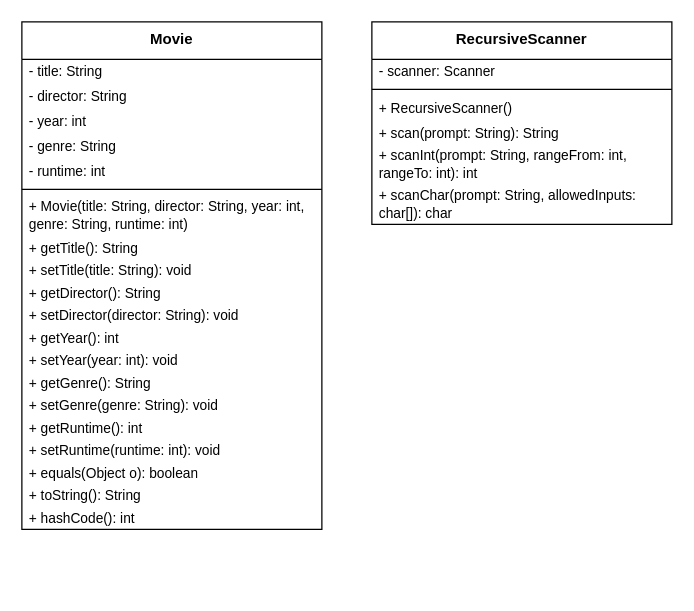
hanggrian/IIT-ITM510 keeps this draw.io diagram as assignments/hw5/diagram.drawio. Above is the earlier version. Source tidied: cells renumbered, new cells numbered last; positions are measured from the earlier drawing's top-left corner, leaving out a move shared by most shapes. Both pictures are drawn from the tidied source at 125%, with x=0, y=0 at pixel (21, 21).
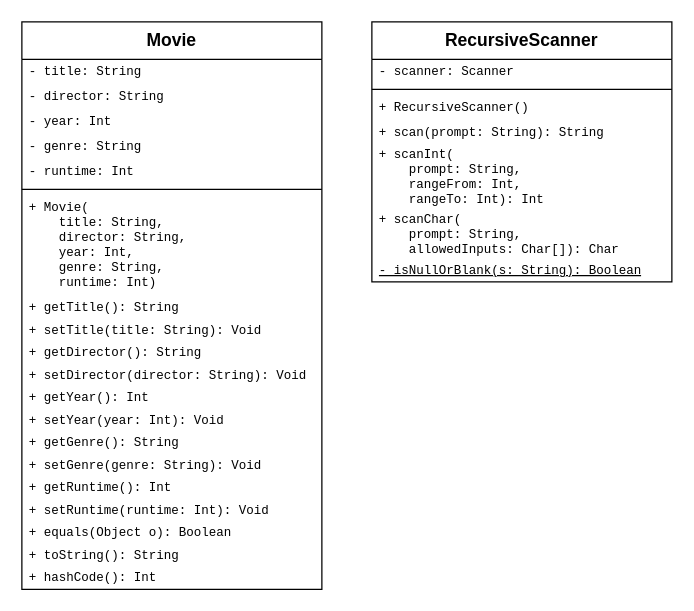
Above is the later version.

Change to the diagram source:
```diff
@@
-    <mxCell id="2" value="Movie" style="swimlane;fontStyle=1;align=center;verticalAlign=top;horizontal=1;startSize=30;whiteSpace=wrap;html=1;" parent="1" vertex="1">
-      <mxGeometry width="240" height="406" as="geometry" />
+    <mxCell id="2" value="Movie" style="swimlane;fontStyle=1;align=center;verticalAlign=top;horizontal=1;startSize=30;whiteSpace=wrap;html=1;fontSize=14;" parent="1" vertex="1">
+      <mxGeometry width="240" height="454" as="geometry" />
     </mxCell>
-    <mxCell id="3" value="- title: String" style="text;strokeColor=none;fillColor=none;align=left;verticalAlign=middle;spacingLeft=4;spacingRight=4;overflow=hidden;whiteSpace=wrap;html=1;fontSize=11;" parent="2" vertex="1">
+    <mxCell id="3" value="- title: String" style="text;strokeColor=none;fillColor=none;align=left;verticalAlign=middle;spacingLeft=4;spacingRight=4;overflow=hidden;whiteSpace=wrap;html=1;fontSize=10;fontFamily=Courier New;" parent="2" vertex="1">
       <mxGeometry y="30" width="240" height="20" as="geometry" />
     </mxCell>
-    <mxCell id="4" value="- director: String" style="text;strokeColor=none;fillColor=none;align=left;verticalAlign=middle;spacingLeft=4;spacingRight=4;overflow=hidden;whiteSpace=wrap;html=1;fontSize=11;" parent="2" vertex="1">
+    <mxCell id="4" value="- director: String" style="text;strokeColor=none;fillColor=none;align=left;verticalAlign=middle;spacingLeft=4;spacingRight=4;overflow=hidden;whiteSpace=wrap;html=1;fontSize=10;fontFamily=Courier New;" parent="2" vertex="1">
       <mxGeometry y="50" width="240" height="20" as="geometry" />
     </mxCell>
-    <mxCell id="5" value="- year: int" style="text;strokeColor=none;fillColor=none;align=left;verticalAlign=middle;spacingLeft=4;spacingRight=4;overflow=hidden;whiteSpace=wrap;html=1;fontSize=11;" parent="2" vertex="1">
+    <mxCell id="5" value="- year: Int" style="text;strokeColor=none;fillColor=none;align=left;verticalAlign=middle;spacingLeft=4;spacingRight=4;overflow=hidden;whiteSpace=wrap;html=1;fontSize=10;fontFamily=Courier New;" parent="2" vertex="1">
       <mxGeometry y="70" width="240" height="20" as="geometry" />
     </mxCell>
-    <mxCell id="6" value="- genre: String" style="text;strokeColor=none;fillColor=none;align=left;verticalAlign=middle;spacingLeft=4;spacingRight=4;overflow=hidden;whiteSpace=wrap;html=1;fontSize=11;" parent="2" vertex="1">
+    <mxCell id="6" value="- genre: String" style="text;strokeColor=none;fillColor=none;align=left;verticalAlign=middle;spacingLeft=4;spacingRight=4;overflow=hidden;whiteSpace=wrap;html=1;fontSize=10;fontFamily=Courier New;" parent="2" vertex="1">
       <mxGeometry y="90" width="240" height="20" as="geometry" />
     </mxCell>
-    <mxCell id="7" value="- runtime: int" style="text;strokeColor=none;fillColor=none;align=left;verticalAlign=middle;spacingLeft=4;spacingRight=4;overflow=hidden;whiteSpace=wrap;html=1;fontSize=11;" parent="2" vertex="1">
+    <mxCell id="7" value="- runtime: Int" style="text;strokeColor=none;fillColor=none;align=left;verticalAlign=middle;spacingLeft=4;spacingRight=4;overflow=hidden;whiteSpace=wrap;html=1;fontSize=10;fontFamily=Courier New;" parent="2" vertex="1">
       <mxGeometry y="110" width="240" height="20" as="geometry" />
     </mxCell>
-    <mxCell id="8" style="line;strokeWidth=1;fillColor=none;align=left;verticalAlign=middle;spacingTop=-1;spacingLeft=3;spacingRight=3;labelPosition=right;strokeColor=inherit;" parent="2" vertex="1">
+    <mxCell id="8" style="line;strokeWidth=1;fillColor=none;align=left;verticalAlign=middle;spacingTop=-1;spacingLeft=3;spacingRight=3;labelPosition=right;strokeColor=inherit;fontSize=10;fontFamily=Courier New;" parent="2" vertex="1">
       <mxGeometry y="130" width="240" height="8" as="geometry" />
     </mxCell>
-    <mxCell id="9" value="+&amp;nbsp;Movie(title: String, director: String, year: int, genre: String, runtime: int)" style="text;strokeColor=none;fillColor=none;align=left;verticalAlign=middle;spacingLeft=4;spacingRight=4;overflow=hidden;whiteSpace=wrap;html=1;fontSize=11;" parent="2" vertex="1">
-      <mxGeometry y="138" width="240" height="34" as="geometry" />
+    <mxCell id="9" value="+&amp;nbsp;Movie(&lt;div&gt;&amp;nbsp; &amp;nbsp; title: String,&lt;/div&gt;&lt;div&gt;&amp;nbsp; &amp;nbsp; director: String,&lt;/div&gt;&lt;div&gt;&amp;nbsp; &amp;nbsp; year: Int,&lt;/div&gt;&lt;div&gt;&amp;nbsp; &amp;nbsp; genre: String,&lt;/div&gt;&lt;div&gt;&amp;nbsp; &amp;nbsp; runtime: Int)&lt;/div&gt;" style="text;strokeColor=none;fillColor=none;align=left;verticalAlign=middle;spacingLeft=4;spacingRight=4;overflow=hidden;whiteSpace=wrap;html=1;fontSize=10;fontFamily=Courier New;" parent="2" vertex="1">
+      <mxGeometry y="138" width="240" height="82" as="geometry" />
     </mxCell>
-    <mxCell id="10" value="+&amp;nbsp;getTitle(&lt;span style=&quot;background-color: initial;&quot;&gt;): String&lt;/span&gt;" style="text;strokeColor=none;fillColor=none;align=left;verticalAlign=middle;spacingLeft=4;spacingRight=4;overflow=hidden;whiteSpace=wrap;html=1;fontSize=11;" parent="2" vertex="1">
-      <mxGeometry y="172" width="240" height="18" as="geometry" />
+    <mxCell id="10" value="+&amp;nbsp;getTitle(&lt;span style=&quot;background-color: initial; font-size: 10px;&quot;&gt;): String&lt;/span&gt;" style="text;strokeColor=none;fillColor=none;align=left;verticalAlign=middle;spacingLeft=4;spacingRight=4;overflow=hidden;whiteSpace=wrap;html=1;fontSize=10;fontFamily=Courier New;" parent="2" vertex="1">
+      <mxGeometry y="220" width="240" height="18" as="geometry" />
     </mxCell>
-    <mxCell id="11" value="+&amp;nbsp;setTitle(title: String&lt;span style=&quot;background-color: initial;&quot;&gt;): void&lt;/span&gt;" style="text;strokeColor=none;fillColor=none;align=left;verticalAlign=middle;spacingLeft=4;spacingRight=4;overflow=hidden;whiteSpace=wrap;html=1;fontSize=11;" parent="2" vertex="1">
-      <mxGeometry y="190" width="240" height="18" as="geometry" />
+    <mxCell id="11" value="+&amp;nbsp;setTitle(title: String&lt;span style=&quot;background-color: initial; font-size: 10px;&quot;&gt;): Void&lt;/span&gt;" style="text;strokeColor=none;fillColor=none;align=left;verticalAlign=middle;spacingLeft=4;spacingRight=4;overflow=hidden;whiteSpace=wrap;html=1;fontSize=10;fontFamily=Courier New;" parent="2" vertex="1">
+      <mxGeometry y="238" width="240" height="18" as="geometry" />
     </mxCell>
-    <mxCell id="12" value="+&amp;nbsp;getDirector(&lt;span style=&quot;background-color: initial;&quot;&gt;): String&lt;/span&gt;" style="text;strokeColor=none;fillColor=none;align=left;verticalAlign=middle;spacingLeft=4;spacingRight=4;overflow=hidden;whiteSpace=wrap;html=1;fontSize=11;" parent="2" vertex="1">
-      <mxGeometry y="208" width="240" height="18" as="geometry" />
+    <mxCell id="12" value="+&amp;nbsp;getDirector(&lt;span style=&quot;background-color: initial; font-size: 10px;&quot;&gt;): String&lt;/span&gt;" style="text;strokeColor=none;fillColor=none;align=left;verticalAlign=middle;spacingLeft=4;spacingRight=4;overflow=hidden;whiteSpace=wrap;html=1;fontSize=10;fontFamily=Courier New;" parent="2" vertex="1">
+      <mxGeometry y="256" width="240" height="18" as="geometry" />
     </mxCell>
-    <mxCell id="13" value="+&amp;nbsp;setDirector(director: String): void" style="text;strokeColor=none;fillColor=none;align=left;verticalAlign=middle;spacingLeft=4;spacingRight=4;overflow=hidden;whiteSpace=wrap;html=1;fontSize=11;" parent="2" vertex="1">
-      <mxGeometry y="226" width="240" height="18" as="geometry" />
+    <mxCell id="13" value="+&amp;nbsp;setDirector(director: String): Void" style="text;strokeColor=none;fillColor=none;align=left;verticalAlign=middle;spacingLeft=4;spacingRight=4;overflow=hidden;whiteSpace=wrap;html=1;fontSize=10;fontFamily=Courier New;" parent="2" vertex="1">
+      <mxGeometry y="274" width="240" height="18" as="geometry" />
     </mxCell>
-    <mxCell id="14" value="+ getYear(&lt;span style=&quot;background-color: initial;&quot;&gt;): int&lt;/span&gt;" style="text;strokeColor=none;fillColor=none;align=left;verticalAlign=middle;spacingLeft=4;spacingRight=4;overflow=hidden;whiteSpace=wrap;html=1;fontSize=11;" parent="2" vertex="1">
-      <mxGeometry y="244" width="240" height="18" as="geometry" />
+    <mxCell id="14" value="+ getYear(&lt;span style=&quot;background-color: initial; font-size: 10px;&quot;&gt;): Int&lt;/span&gt;" style="text;strokeColor=none;fillColor=none;align=left;verticalAlign=middle;spacingLeft=4;spacingRight=4;overflow=hidden;whiteSpace=wrap;html=1;fontSize=10;fontFamily=Courier New;" parent="2" vertex="1">
+      <mxGeometry y="292" width="240" height="18" as="geometry" />
     </mxCell>
-    <mxCell id="15" value="+&amp;nbsp;setYear(year: int): void" style="text;strokeColor=none;fillColor=none;align=left;verticalAlign=middle;spacingLeft=4;spacingRight=4;overflow=hidden;whiteSpace=wrap;html=1;fontSize=11;" parent="2" vertex="1">
-      <mxGeometry y="262" width="240" height="18" as="geometry" />
+    <mxCell id="15" value="+&amp;nbsp;setYear(year: Int): Void" style="text;strokeColor=none;fillColor=none;align=left;verticalAlign=middle;spacingLeft=4;spacingRight=4;overflow=hidden;whiteSpace=wrap;html=1;fontSize=10;fontFamily=Courier New;" parent="2" vertex="1">
+      <mxGeometry y="310" width="240" height="18" as="geometry" />
     </mxCell>
-    <mxCell id="16" value="+&amp;nbsp;getGenre(&lt;span style=&quot;background-color: initial;&quot;&gt;): String&lt;/span&gt;" style="text;strokeColor=none;fillColor=none;align=left;verticalAlign=middle;spacingLeft=4;spacingRight=4;overflow=hidden;whiteSpace=wrap;html=1;fontSize=11;" parent="2" vertex="1">
-      <mxGeometry y="280" width="240" height="18" as="geometry" />
+    <mxCell id="16" value="+&amp;nbsp;getGenre(&lt;span style=&quot;background-color: initial; font-size: 10px;&quot;&gt;): String&lt;/span&gt;" style="text;strokeColor=none;fillColor=none;align=left;verticalAlign=middle;spacingLeft=4;spacingRight=4;overflow=hidden;whiteSpace=wrap;html=1;fontSize=10;fontFamily=Courier New;" parent="2" vertex="1">
+      <mxGeometry y="328" width="240" height="18" as="geometry" />
     </mxCell>
-    <mxCell id="17" value="+&amp;nbsp;setGenre(genre: String): void" style="text;strokeColor=none;fillColor=none;align=left;verticalAlign=middle;spacingLeft=4;spacingRight=4;overflow=hidden;whiteSpace=wrap;html=1;fontSize=11;" parent="2" vertex="1">
-      <mxGeometry y="298" width="240" height="18" as="geometry" />
+    <mxCell id="17" value="+&amp;nbsp;setGenre(genre: String): Void" style="text;strokeColor=none;fillColor=none;align=left;verticalAlign=middle;spacingLeft=4;spacingRight=4;overflow=hidden;whiteSpace=wrap;html=1;fontSize=10;fontFamily=Courier New;" parent="2" vertex="1">
+      <mxGeometry y="346" width="240" height="18" as="geometry" />
     </mxCell>
-    <mxCell id="18" value="+ getRuntime(&lt;span style=&quot;background-color: initial;&quot;&gt;): int&lt;/span&gt;" style="text;strokeColor=none;fillColor=none;align=left;verticalAlign=middle;spacingLeft=4;spacingRight=4;overflow=hidden;whiteSpace=wrap;html=1;fontSize=11;" parent="2" vertex="1">
-      <mxGeometry y="316" width="240" height="18" as="geometry" />
+    <mxCell id="18" value="+ getRuntime(&lt;span style=&quot;background-color: initial; font-size: 10px;&quot;&gt;): Int&lt;/span&gt;" style="text;strokeColor=none;fillColor=none;align=left;verticalAlign=middle;spacingLeft=4;spacingRight=4;overflow=hidden;whiteSpace=wrap;html=1;fontSize=10;fontFamily=Courier New;" parent="2" vertex="1">
+      <mxGeometry y="364" width="240" height="18" as="geometry" />
     </mxCell>
-    <mxCell id="19" value="+&amp;nbsp;setRuntime(runtime: int): void" style="text;strokeColor=none;fillColor=none;align=left;verticalAlign=middle;spacingLeft=4;spacingRight=4;overflow=hidden;whiteSpace=wrap;html=1;fontSize=11;" parent="2" vertex="1">
-      <mxGeometry y="334" width="240" height="18" as="geometry" />
+    <mxCell id="19" value="+&amp;nbsp;setRuntime(runtime: Int): Void" style="text;strokeColor=none;fillColor=none;align=left;verticalAlign=middle;spacingLeft=4;spacingRight=4;overflow=hidden;whiteSpace=wrap;html=1;fontSize=10;fontFamily=Courier New;" parent="2" vertex="1">
+      <mxGeometry y="382" width="240" height="18" as="geometry" />
     </mxCell>
-    <mxCell id="20" value="+&amp;nbsp;equals(Object o&lt;span style=&quot;background-color: initial;&quot;&gt;): boolean&lt;/span&gt;" style="text;strokeColor=none;fillColor=none;align=left;verticalAlign=middle;spacingLeft=4;spacingRight=4;overflow=hidden;whiteSpace=wrap;html=1;fontSize=11;" parent="2" vertex="1">
-      <mxGeometry y="352" width="240" height="18" as="geometry" />
+    <mxCell id="20" value="+&amp;nbsp;equals(Object o&lt;span style=&quot;background-color: initial; font-size: 10px;&quot;&gt;): Boolean&lt;/span&gt;" style="text;strokeColor=none;fillColor=none;align=left;verticalAlign=middle;spacingLeft=4;spacingRight=4;overflow=hidden;whiteSpace=wrap;html=1;fontSize=10;fontFamily=Courier New;" parent="2" vertex="1">
+      <mxGeometry y="400" width="240" height="18" as="geometry" />
     </mxCell>
-    <mxCell id="21" value="+&amp;nbsp;toString(&lt;span style=&quot;background-color: initial;&quot;&gt;): String&lt;/span&gt;" style="text;strokeColor=none;fillColor=none;align=left;verticalAlign=middle;spacingLeft=4;spacingRight=4;overflow=hidden;whiteSpace=wrap;html=1;fontSize=11;" parent="2" vertex="1">
-      <mxGeometry y="370" width="240" height="18" as="geometry" />
+    <mxCell id="21" value="+&amp;nbsp;toString(&lt;span style=&quot;background-color: initial; font-size: 10px;&quot;&gt;): String&lt;/span&gt;" style="text;strokeColor=none;fillColor=none;align=left;verticalAlign=middle;spacingLeft=4;spacingRight=4;overflow=hidden;whiteSpace=wrap;html=1;fontSize=10;fontFamily=Courier New;" parent="2" vertex="1">
+      <mxGeometry y="418" width="240" height="18" as="geometry" />
     </mxCell>
-    <mxCell id="22" value="+&amp;nbsp;hashCode(&lt;span style=&quot;background-color: initial;&quot;&gt;): int&lt;/span&gt;" style="text;strokeColor=none;fillColor=none;align=left;verticalAlign=middle;spacingLeft=4;spacingRight=4;overflow=hidden;whiteSpace=wrap;html=1;fontSize=11;" parent="2" vertex="1">
-      <mxGeometry y="388" width="240" height="18" as="geometry" />
+    <mxCell id="22" value="+&amp;nbsp;hashCode(&lt;span style=&quot;background-color: initial; font-size: 10px;&quot;&gt;): Int&lt;/span&gt;" style="text;strokeColor=none;fillColor=none;align=left;verticalAlign=middle;spacingLeft=4;spacingRight=4;overflow=hidden;whiteSpace=wrap;html=1;fontSize=10;fontFamily=Courier New;" parent="2" vertex="1">
+      <mxGeometry y="436" width="240" height="18" as="geometry" />
     </mxCell>
-    <mxCell id="23" value="RecursiveScanner" style="swimlane;fontStyle=1;align=center;verticalAlign=top;horizontal=1;startSize=30;whiteSpace=wrap;html=1;" parent="1" vertex="1">
-      <mxGeometry x="280" width="240" height="162" as="geometry" />
+    <mxCell id="23" value="RecursiveScanner" style="swimlane;fontStyle=1;align=center;verticalAlign=top;horizontal=1;startSize=30;whiteSpace=wrap;html=1;fontSize=14;" parent="1" vertex="1">
+      <mxGeometry x="280" width="240" height="208" as="geometry" />
     </mxCell>
-    <mxCell id="24" value="- scanner: Scanner" style="text;strokeColor=none;fillColor=none;align=left;verticalAlign=middle;spacingLeft=4;spacingRight=4;overflow=hidden;whiteSpace=wrap;html=1;fontSize=11;" parent="23" vertex="1">
+    <mxCell id="24" value="- scanner: Scanner" style="text;strokeColor=none;fillColor=none;align=left;verticalAlign=middle;spacingLeft=4;spacingRight=4;overflow=hidden;whiteSpace=wrap;html=1;fontSize=10;fontFamily=Courier New;" parent="23" vertex="1">
       <mxGeometry y="30" width="240" height="20" as="geometry" />
     </mxCell>
-    <mxCell id="25" style="line;strokeWidth=1;fillColor=none;align=left;verticalAlign=middle;spacingTop=-1;spacingLeft=3;spacingRight=3;labelPosition=right;strokeColor=inherit;" parent="23" vertex="1">
+    <mxCell id="25" style="line;strokeWidth=1;fillColor=none;align=left;verticalAlign=middle;spacingTop=-1;spacingLeft=3;spacingRight=3;labelPosition=right;strokeColor=inherit;fontSize=10;fontFamily=Courier New;" parent="23" vertex="1">
       <mxGeometry y="50" width="240" height="8" as="geometry" />
     </mxCell>
-    <mxCell id="26" value="+&amp;nbsp;RecursiveScanner()" style="text;strokeColor=none;fillColor=none;align=left;verticalAlign=middle;spacingLeft=4;spacingRight=4;overflow=hidden;whiteSpace=wrap;html=1;fontSize=11;" parent="23" vertex="1">
+    <mxCell id="26" value="+&amp;nbsp;RecursiveScanner()" style="text;strokeColor=none;fillColor=none;align=left;verticalAlign=middle;spacingLeft=4;spacingRight=4;overflow=hidden;whiteSpace=wrap;html=1;fontSize=10;fontFamily=Courier New;" parent="23" vertex="1">
       <mxGeometry y="58" width="240" height="22" as="geometry" />
     </mxCell>
-    <mxCell id="27" value="+&amp;nbsp;scan(prompt: String&lt;span style=&quot;background-color: initial;&quot;&gt;): String&lt;/span&gt;" style="text;strokeColor=none;fillColor=none;align=left;verticalAlign=middle;spacingLeft=4;spacingRight=4;overflow=hidden;whiteSpace=wrap;html=1;fontSize=11;" parent="23" vertex="1">
+    <mxCell id="27" value="+&amp;nbsp;scan(prompt: String&lt;span style=&quot;background-color: initial; font-size: 10px;&quot;&gt;): String&lt;/span&gt;" style="text;strokeColor=none;fillColor=none;align=left;verticalAlign=middle;spacingLeft=4;spacingRight=4;overflow=hidden;whiteSpace=wrap;html=1;fontSize=10;fontFamily=Courier New;" parent="23" vertex="1">
       <mxGeometry y="80" width="240" height="18" as="geometry" />
     </mxCell>
-    <mxCell id="28" value="+ scanInt(prompt: String, rangeFrom: int, rangeTo: int): int" style="text;strokeColor=none;fillColor=none;align=left;verticalAlign=middle;spacingLeft=4;spacingRight=4;overflow=hidden;whiteSpace=wrap;html=1;fontSize=11;" parent="23" vertex="1">
-      <mxGeometry y="98" width="240" height="32" as="geometry" />
+    <mxCell id="28" value="+ scanInt(&lt;div&gt;&amp;nbsp; &amp;nbsp; prompt: String,&lt;/div&gt;&lt;div&gt;&amp;nbsp; &amp;nbsp; rangeFrom: Int,&lt;/div&gt;&lt;div&gt;&amp;nbsp; &amp;nbsp; rangeTo: Int): Int&lt;/div&gt;" style="text;strokeColor=none;fillColor=none;align=left;verticalAlign=middle;spacingLeft=4;spacingRight=4;overflow=hidden;whiteSpace=wrap;html=1;fontSize=10;fontFamily=Courier New;" parent="23" vertex="1">
+      <mxGeometry y="98" width="240" height="52" as="geometry" />
     </mxCell>
-    <mxCell id="29" value="+ scanChar(prompt: String, allowedInputs: char[]): char" style="text;strokeColor=none;fillColor=none;align=left;verticalAlign=middle;spacingLeft=4;spacingRight=4;overflow=hidden;whiteSpace=wrap;html=1;fontSize=11;" parent="23" vertex="1">
-      <mxGeometry y="130" width="240" height="32" as="geometry" />
+    <mxCell id="29" value="+ scanChar(&lt;div&gt;&amp;nbsp; &amp;nbsp; prompt: String,&lt;/div&gt;&lt;div&gt;&amp;nbsp; &amp;nbsp; allowedInputs: Char[]): Char&lt;/div&gt;" style="text;strokeColor=none;fillColor=none;align=left;verticalAlign=middle;spacingLeft=4;spacingRight=4;overflow=hidden;whiteSpace=wrap;html=1;fontSize=10;fontFamily=Courier New;" parent="23" vertex="1">
+      <mxGeometry y="150" width="240" height="40" as="geometry" />
     </mxCell>
+    <mxCell id="30" value="- isNullOrBlank(s: String): Boolean" style="text;strokeColor=none;fillColor=none;align=left;verticalAlign=middle;spacingLeft=4;spacingRight=4;overflow=hidden;whiteSpace=wrap;html=1;fontSize=10;fontStyle=4;fontFamily=Courier New;" parent="23" vertex="1">
+      <mxGeometry y="190" width="240" height="18" as="geometry" />
+    </mxCell>
```
